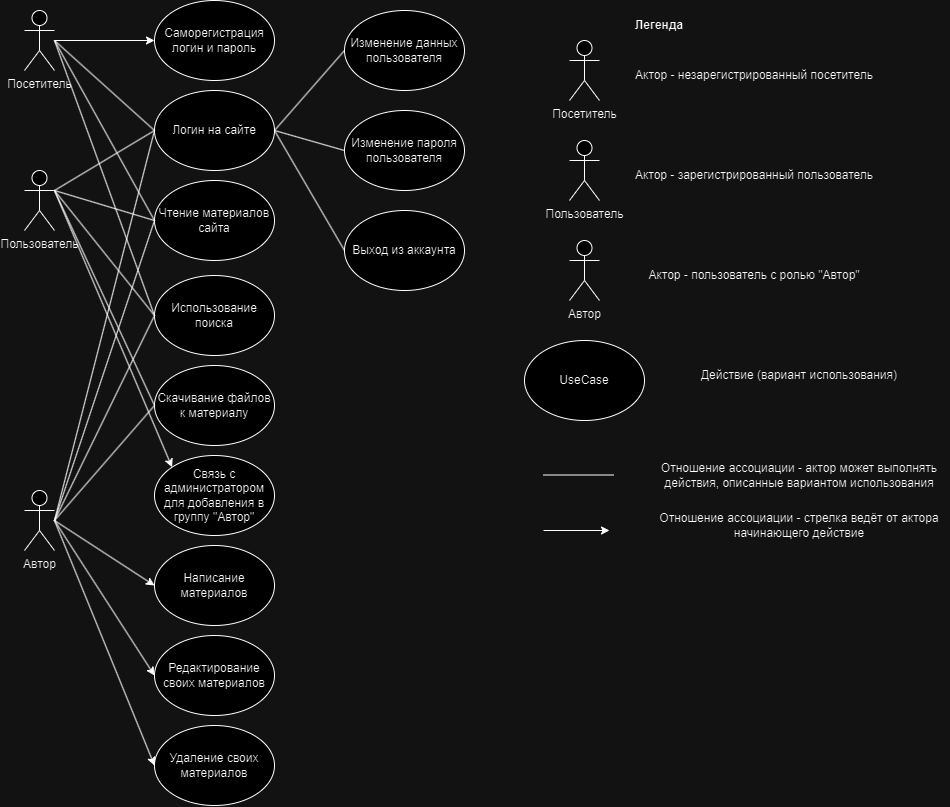
proDreams/Arch4901 keeps this draw.io diagram as HW6/UseCase Blog.drawio.png. Above is the earlier version. Source tidied: cells renumbered, new cells last; positions are measured from the earlier drawing's top-left corner, leaving out a move shared by most shapes.
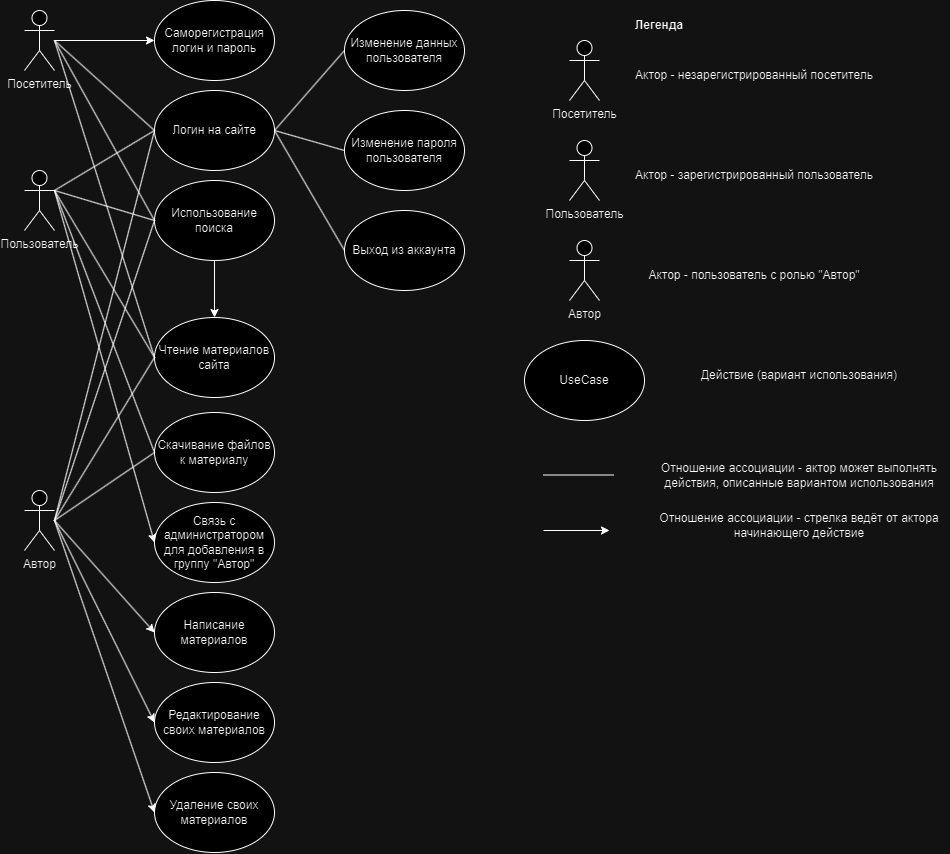
The same file after the commit.

The edit, as a diff of the source:
```diff
@@ -12,7 +12,7 @@
       <mxGeometry relative="1" as="geometry" />
     </mxCell>
     <mxCell id="5" value="Чтение материалов&lt;br&gt;сайта" style="ellipse;whiteSpace=wrap;html=1;" parent="1" vertex="1">
-      <mxGeometry x="130" y="180" width="120" height="80" as="geometry" />
+      <mxGeometry x="130" y="317" width="120" height="80" as="geometry" />
     </mxCell>
     <mxCell id="6" style="endArrow=none;html=1;rounded=0;entryX=0;entryY=0.5;entryDx=0;entryDy=0;" parent="1" edge="1" target="5">
       <mxGeometry relative="1" as="geometry">
@@ -20,7 +20,7 @@
       </mxGeometry>
     </mxCell>
     <mxCell id="7" value="Использование поиска" style="ellipse;whiteSpace=wrap;html=1;" parent="1" vertex="1">
-      <mxGeometry x="130" y="275" width="120" height="80" as="geometry" />
+      <mxGeometry x="130" y="180" width="120" height="80" as="geometry" />
     </mxCell>
     <mxCell id="8" style="endArrow=none;html=1;rounded=0;entryX=0;entryY=0.5;entryDx=0;entryDy=0;" parent="1" edge="1" target="7">
       <mxGeometry relative="1" as="geometry">
@@ -28,7 +28,7 @@
       </mxGeometry>
     </mxCell>
     <mxCell id="9" value="Скачивание файлов к материалу" style="ellipse;whiteSpace=wrap;html=1;" parent="1" vertex="1">
-      <mxGeometry x="130" y="365" width="120" height="80" as="geometry" />
+      <mxGeometry x="130" y="412" width="120" height="80" as="geometry" />
     </mxCell>
     <mxCell id="10" value="Пользователь" style="shape=umlActor;verticalLabelPosition=bottom;verticalAlign=top;html=1;outlineConnect=0;" parent="1" vertex="1">
       <mxGeometry y="170" width="30" height="60" as="geometry" />
@@ -47,9 +47,9 @@
       <mxGeometry relative="1" as="geometry" />
     </mxCell>
     <mxCell id="14" value="Связь с администратором для добавления в группу &quot;Автор&quot;" style="ellipse;whiteSpace=wrap;html=1;" parent="1" vertex="1">
-      <mxGeometry x="130" y="455" width="120" height="80" as="geometry" />
+      <mxGeometry x="130" y="502" width="120" height="80" as="geometry" />
     </mxCell>
-    <mxCell id="15" style="endArrow=classic;html=1;rounded=0;entryX=0;entryY=0;entryDx=0;entryDy=0;" parent="1" edge="1" target="14">
+    <mxCell id="15" style="endArrow=classic;html=1;rounded=0;entryX=0;entryY=0.5;entryDx=0;entryDy=0;" parent="1" edge="1" target="14">
       <mxGeometry relative="1" as="geometry">
         <mxPoint x="30" y="190" as="sourcePoint" />
       </mxGeometry>
@@ -58,7 +58,7 @@
       <mxGeometry y="490" width="30" height="60" as="geometry" />
     </mxCell>
     <mxCell id="17" value="Написание материалов" style="ellipse;whiteSpace=wrap;html=1;" parent="1" vertex="1">
-      <mxGeometry x="130" y="545" width="120" height="80" as="geometry" />
+      <mxGeometry x="130" y="592" width="120" height="80" as="geometry" />
     </mxCell>
     <mxCell id="18" style="endArrow=classic;html=1;rounded=0;entryX=0;entryY=0.5;entryDx=0;entryDy=0;" parent="1" edge="1" target="17">
       <mxGeometry relative="1" as="geometry">
@@ -66,10 +66,10 @@
       </mxGeometry>
     </mxCell>
     <mxCell id="19" value="Редактирование своих материалов" style="ellipse;whiteSpace=wrap;html=1;" parent="1" vertex="1">
-      <mxGeometry x="130" y="635" width="120" height="80" as="geometry" />
+      <mxGeometry x="130" y="682" width="120" height="80" as="geometry" />
     </mxCell>
     <mxCell id="20" value="Удаление своих материалов" style="ellipse;whiteSpace=wrap;html=1;" parent="1" vertex="1">
-      <mxGeometry x="130" y="725" width="120" height="80" as="geometry" />
+      <mxGeometry x="130" y="772" width="120" height="80" as="geometry" />
     </mxCell>
     <mxCell id="21" style="endArrow=classic;html=1;rounded=0;entryX=0;entryY=0.5;entryDx=0;entryDy=0;" parent="1" edge="1" target="19">
       <mxGeometry relative="1" as="geometry">
@@ -180,5 +180,8 @@
     <mxCell id="48" style="endArrow=none;html=1;rounded=0;entryX=0;entryY=0.5;entryDx=0;entryDy=0;exitX=1;exitY=0.5;exitDx=0;exitDy=0;" parent="1" edge="1" source="39" target="45">
       <mxGeometry relative="1" as="geometry" />
     </mxCell>
+    <mxCell id="49" style="endArrow=classic;html=1;rounded=0;exitX=0.5;exitY=1;exitDx=0;exitDy=0;entryX=0.5;entryY=0;entryDx=0;entryDy=0;" parent="1" edge="1" source="7" target="5">
+      <mxGeometry relative="1" as="geometry" />
+    </mxCell>
   </root>
 </mxGraphModel>
```
